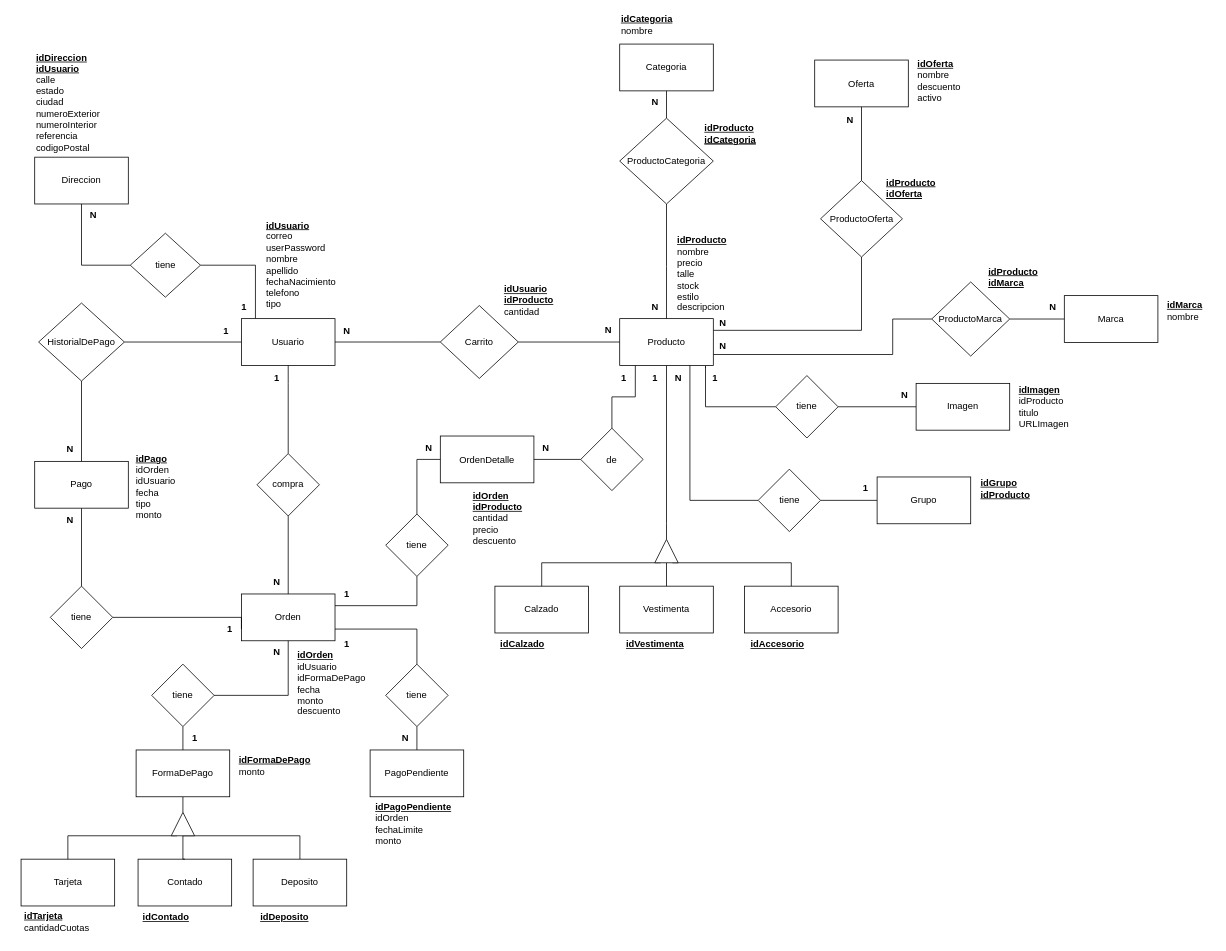
YolausGG/ProyectosReact-TrocheGodoy keeps this draw.io diagram as documentacion-Ecommerce/MEREcommerce.drawio. Above is the earlier version. Source tidied: cells renumbered, new cells numbered last; positions are measured from the earlier drawing's top-left corner, leaving out a move shared by most shapes. Both pictures are drawn from the tidied source at 78%, with x=0, y=0 at pixel (12, 16).
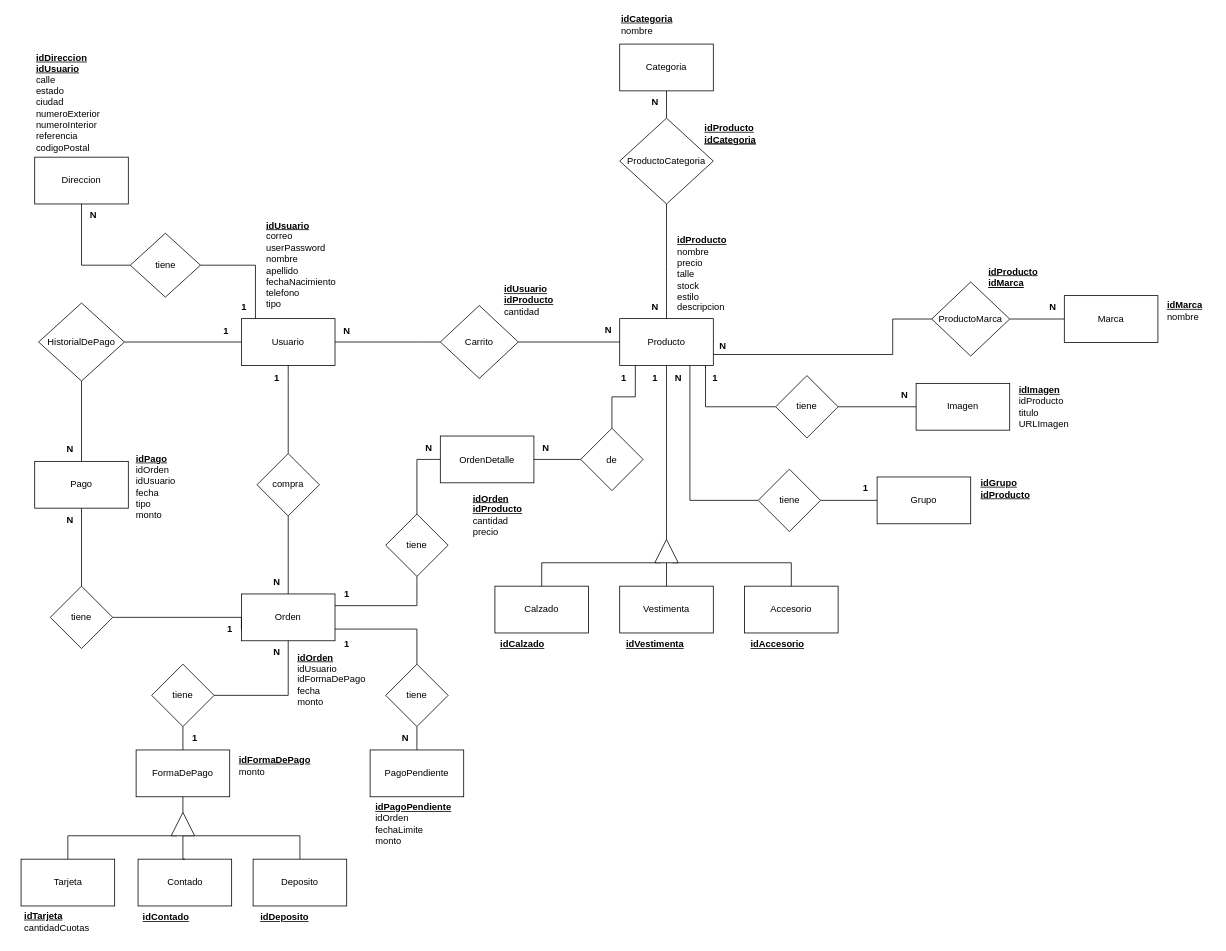
The same page after the edit.

The change refers to these unchanged cells:
```xml
<mxCell id="6" value="Producto" style="rounded=0;whiteSpace=wrap;html=1;" parent="1" vertex="1">
  <mxGeometry x="778" y="387" width="120" height="60" as="geometry" />
</mxCell>
```

What changed in the source:
```diff
@@
-    <mxCell id="3" style="edgeStyle=orthogonalEdgeStyle;rounded=0;jettySize=auto;html=1;entryX=0.5;entryY=1;entryDx=0;entryDy=0;endArrow=none;endFill=0;exitX=1;exitY=0.25;exitDx=0;exitDy=0;" parent="1" edge="1" source="6" target="58">
-      <mxGeometry relative="1" as="geometry" />
-    </mxCell>
@@
-    <mxCell id="39" value="&lt;u&gt;idOrden&lt;br&gt;&lt;/u&gt;&lt;span style=&quot;border-color: var(--border-color);&quot;&gt;&lt;span style=&quot;border-color: var(--border-color);&quot;&gt;&lt;span style=&quot;font-weight: 400;&quot;&gt;idUsuario&lt;/span&gt;&lt;/span&gt;&lt;/span&gt;&lt;font style=&quot;border-color: var(--border-color);&quot;&gt;&lt;span style=&quot;border-color: var(--border-color); font-weight: normal;&quot;&gt;&lt;br&gt;&lt;/span&gt;&lt;span style=&quot;font-weight: normal;&quot;&gt;idFormaDePago&lt;/span&gt;&lt;br style=&quot;border-color: var(--border-color);&quot;&gt;&lt;span style=&quot;font-weight: 400;&quot;&gt;fecha&lt;br&gt;&lt;/span&gt;&lt;span style=&quot;font-weight: normal;&quot;&gt;monto&lt;br&gt;descuento&lt;/span&gt;&lt;br style=&quot;border-color: var(--border-color);&quot;&gt;&lt;/font&gt;&lt;div style=&quot;font-weight: normal;&quot;&gt;&lt;/div&gt;" style="text;html=1;strokeColor=none;fillColor=none;align=left;verticalAlign=middle;whiteSpace=wrap;rounded=0;fontStyle=1;" parent="1" vertex="1">
-      <mxGeometry x="363" y="810" width="100" height="90" as="geometry" />
+    <mxCell id="39" value="&lt;u&gt;idOrden&lt;br&gt;&lt;/u&gt;&lt;span style=&quot;border-color: var(--border-color);&quot;&gt;&lt;span style=&quot;border-color: var(--border-color);&quot;&gt;&lt;span style=&quot;font-weight: 400;&quot;&gt;idUsuario&lt;/span&gt;&lt;/span&gt;&lt;/span&gt;&lt;font style=&quot;border-color: var(--border-color);&quot;&gt;&lt;span style=&quot;border-color: var(--border-color); font-weight: normal;&quot;&gt;&lt;br&gt;&lt;/span&gt;&lt;span style=&quot;font-weight: normal;&quot;&gt;idFormaDePago&lt;/span&gt;&lt;br style=&quot;border-color: var(--border-color);&quot;&gt;&lt;span style=&quot;font-weight: 400;&quot;&gt;fecha&lt;br&gt;&lt;/span&gt;&lt;span style=&quot;font-weight: normal;&quot;&gt;monto&lt;/span&gt;&lt;br style=&quot;border-color: var(--border-color);&quot;&gt;&lt;/font&gt;&lt;div style=&quot;font-weight: normal;&quot;&gt;&lt;/div&gt;" style="text;html=1;strokeColor=none;fillColor=none;align=left;verticalAlign=middle;whiteSpace=wrap;rounded=0;fontStyle=1;" parent="1" vertex="1">
+      <mxGeometry x="363" y="810" width="105" height="80" as="geometry" />
     </mxCell>
@@
-    <mxCell id="55" value="Oferta" style="whiteSpace=wrap;html=1;" parent="1" vertex="1">
-      <mxGeometry x="1028" y="55.5" width="120" height="60" as="geometry" />
-    </mxCell>
-    <mxCell id="56" value="&lt;b style=&quot;border-color: var(--border-color); text-align: center;&quot;&gt;&lt;u style=&quot;border-color: var(--border-color);&quot;&gt;&lt;font style=&quot;border-color: var(--border-color);&quot;&gt;idOferta&lt;br&gt;&lt;/font&gt;&lt;/u&gt;&lt;/b&gt;&lt;span style=&quot;font-weight: normal;&quot;&gt;nombre&lt;br&gt;descuento&lt;br&gt;&lt;/span&gt;&lt;span style=&quot;font-weight: normal;&quot;&gt;activo&lt;br&gt;&lt;/span&gt;" style="text;html=1;strokeColor=none;fillColor=none;align=left;verticalAlign=middle;whiteSpace=wrap;rounded=0;fontStyle=1;" parent="1" vertex="1">
-      <mxGeometry x="1158" y="47.5" width="70" height="68" as="geometry" />
-    </mxCell>
-    <mxCell id="57" style="edgeStyle=orthogonalEdgeStyle;rounded=0;jettySize=auto;html=1;exitX=0.5;exitY=0;exitDx=0;exitDy=0;entryX=0.5;entryY=1;entryDx=0;entryDy=0;endArrow=none;endFill=0;" parent="1" edge="1" source="58" target="55">
-      <mxGeometry relative="1" as="geometry" />
-    </mxCell>
-    <mxCell id="58" value="ProductoOferta" style="rhombus;whiteSpace=wrap;html=1;" parent="1" vertex="1">
-      <mxGeometry x="1035.5" y="210" width="105" height="98" as="geometry" />
-    </mxCell>
-    <mxCell id="59" value="N" style="text;html=1;align=center;verticalAlign=middle;strokeColor=none;fillColor=none;fontStyle=1;" parent="1" vertex="1">
-      <mxGeometry x="895" y="378" width="30" height="30" as="geometry" />
-    </mxCell>
-    <mxCell id="60" value="N" style="text;html=1;align=center;verticalAlign=middle;strokeColor=none;fillColor=none;fontStyle=1;" parent="1" vertex="1">
-      <mxGeometry x="1058" y="117.5" width="30" height="30" as="geometry" />
-    </mxCell>
-    <mxCell id="61" value="&lt;div style=&quot;&quot;&gt;&lt;div style=&quot;border-color: var(--border-color);&quot;&gt;&lt;b style=&quot;background-color: initial; border-color: var(--border-color);&quot;&gt;&lt;u style=&quot;border-color: var(--border-color);&quot;&gt;&lt;font style=&quot;border-color: var(--border-color);&quot;&gt;idProducto&lt;/font&gt;&lt;/u&gt;&lt;/b&gt;&lt;br&gt;&lt;/div&gt;&lt;div style=&quot;border-color: var(--border-color);&quot;&gt;&lt;b style=&quot;background-color: initial; border-color: var(--border-color);&quot;&gt;&lt;u style=&quot;border-color: var(--border-color);&quot;&gt;&lt;font style=&quot;border-color: var(--border-color);&quot;&gt;&lt;b style=&quot;border-color: var(--border-color);&quot;&gt;&lt;u style=&quot;border-color: var(--border-color);&quot;&gt;idOferta&lt;/u&gt;&lt;/b&gt;&lt;br&gt;&lt;/font&gt;&lt;/u&gt;&lt;/b&gt;&lt;/div&gt;&lt;/div&gt;" style="text;html=1;strokeColor=none;fillColor=none;align=left;verticalAlign=middle;whiteSpace=wrap;rounded=0;" parent="1" vertex="1">
-      <mxGeometry x="1118" y="210" width="50" height="20" as="geometry" />
-    </mxCell>
@@
-    <mxCell id="112" value="&lt;u&gt;idOrden&lt;br&gt;&lt;span style=&quot;border-color: var(--border-color);&quot;&gt;&lt;span style=&quot;border-color: var(--border-color);&quot;&gt;idProducto&lt;/span&gt;&lt;/span&gt;&lt;/u&gt;&lt;font style=&quot;border-color: var(--border-color);&quot;&gt;&lt;br style=&quot;border-color: var(--border-color);&quot;&gt;&lt;/font&gt;&lt;span style=&quot;font-weight: 400; background-color: initial;&quot;&gt;cantidad&lt;/span&gt;&lt;div&gt;&lt;span style=&quot;font-weight: 400; background-color: initial;&quot;&gt;precio&lt;/span&gt;&lt;/div&gt;&lt;div&gt;&lt;span style=&quot;font-weight: 400; background-color: initial;&quot;&gt;descuento&lt;/span&gt;&lt;/div&gt;" style="text;html=1;strokeColor=none;fillColor=none;align=left;verticalAlign=middle;whiteSpace=wrap;rounded=0;fontStyle=1;" parent="1" vertex="1">
-      <mxGeometry x="588" y="607.5" width="80" height="70" as="geometry" />
+    <mxCell id="112" value="&lt;u&gt;idOrden&lt;br&gt;&lt;span style=&quot;border-color: var(--border-color);&quot;&gt;&lt;span style=&quot;border-color: var(--border-color);&quot;&gt;idProducto&lt;/span&gt;&lt;/span&gt;&lt;/u&gt;&lt;font style=&quot;border-color: var(--border-color);&quot;&gt;&lt;br style=&quot;border-color: var(--border-color);&quot;&gt;&lt;/font&gt;&lt;span style=&quot;font-weight: 400; background-color: initial;&quot;&gt;cantidad&lt;/span&gt;&lt;div&gt;&lt;span style=&quot;font-weight: 400; background-color: initial;&quot;&gt;precio&lt;/span&gt;&lt;/div&gt;" style="text;html=1;strokeColor=none;fillColor=none;align=left;verticalAlign=middle;whiteSpace=wrap;rounded=0;fontStyle=1;" parent="1" vertex="1">
+      <mxGeometry x="588" y="607.5" width="80" height="62.5" as="geometry" />
     </mxCell>
```
